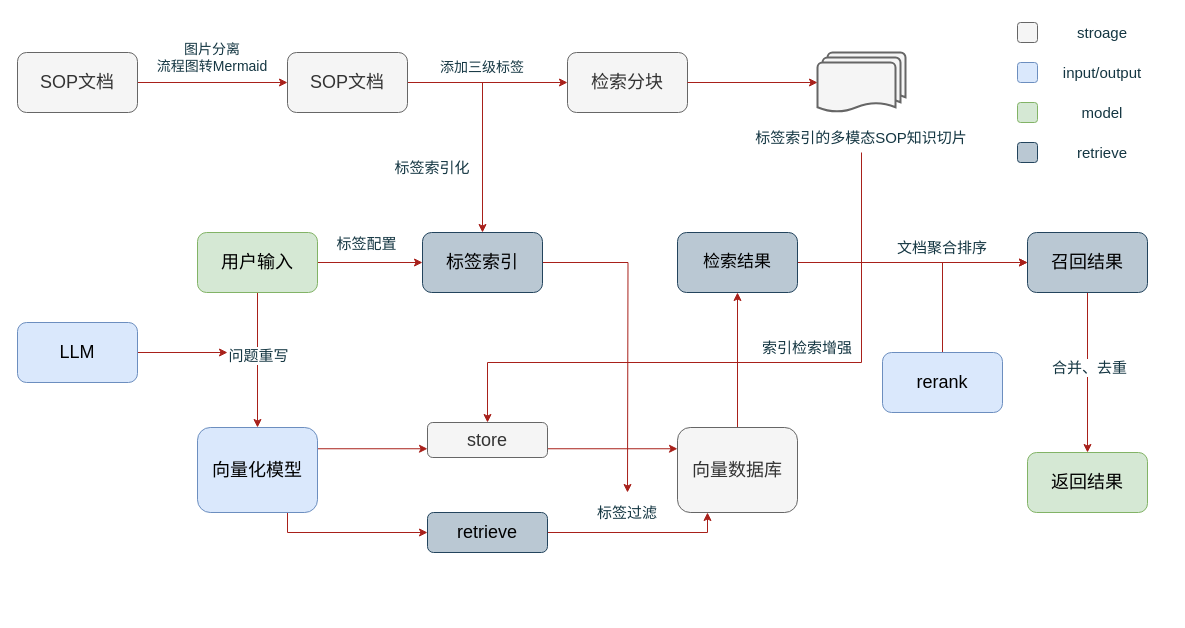
Above: 知识库流程.drawio in Kinokinou/GitShare (draw.io), before the change. Source tidied: cells renumbered, new cells numbered last; positions are measured from the earlier drawing's top-left corner, leaving out a move shared by most shapes. Both pictures are drawn from the tidied source at 100%, with x=0, y=0 at pixel (17, 17).
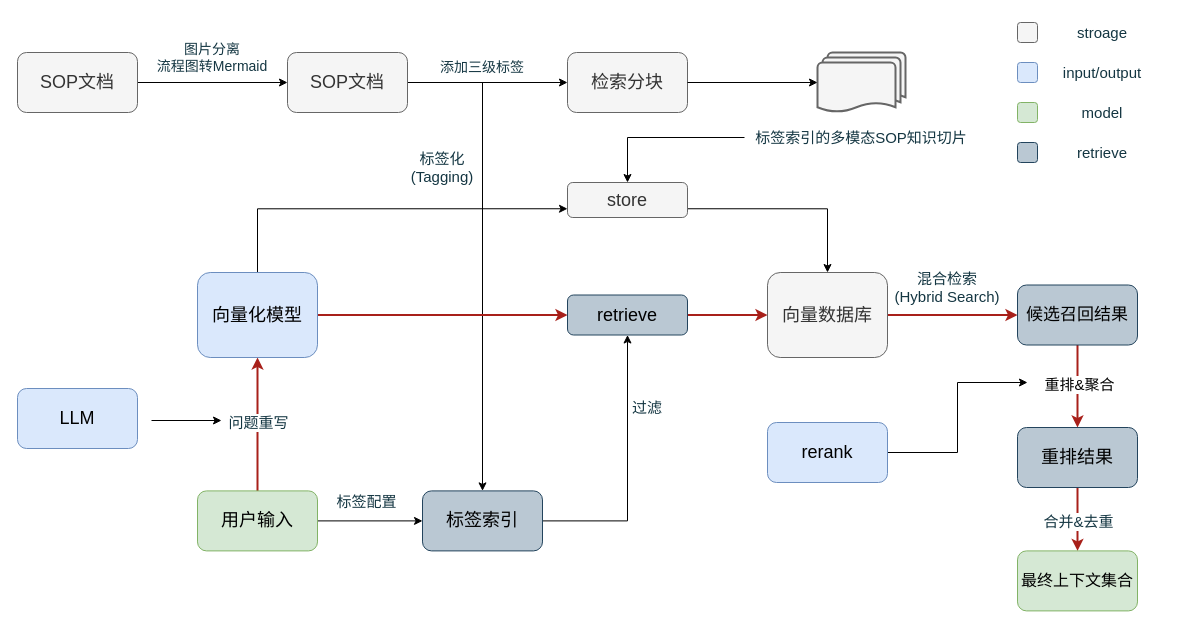
After the change.

Commit message:
更新知识库流程.drawio

Unchanged cells that the change refers to:
```xml
<mxCell id="3" value="SOP文档" style="rounded=1;whiteSpace=wrap;html=1;labelBackgroundColor=none;fillColor=#f5f5f5;strokeColor=#666666;fontSize=18;fontColor=#333333;" parent="1" vertex="1">
  <mxGeometry y="35" width="120" height="60" as="geometry" />
</mxCell>
<mxCell id="5" value="SOP文档" style="rounded=1;whiteSpace=wrap;html=1;labelBackgroundColor=none;fontSize=18;fillColor=#f5f5f5;strokeColor=#666666;fontColor=#333333;" parent="1" vertex="1">
  <mxGeometry x="270" y="35" width="120" height="60" as="geometry" />
</mxCell>
<mxCell id="7" value="检索分块" style="rounded=1;whiteSpace=wrap;html=1;fontSize=18;fillColor=#f5f5f5;strokeColor=#666666;fontColor=#333333;" parent="1" vertex="1">
  <mxGeometry x="550" y="35" width="120" height="60" as="geometry" />
</mxCell>
<mxCell id="9" value="添加三级标签" style="text;html=1;whiteSpace=wrap;strokeColor=none;fillColor=none;align=center;verticalAlign=middle;rounded=0;fontColor=#143642;fontSize=14;" parent="1" vertex="1">
  <mxGeometry x="400" y="35" width="130" height="30" as="geometry" />
</mxCell>
<mxCell id="22" style="strokeWidth=2;html=1;shape=mxgraph.flowchart.multi-document;whiteSpace=wrap;fillColor=#f5f5f5;strokeColor=#666666;fontColor=#333333;" parent="1" vertex="1">
  <mxGeometry x="800" y="35" width="88" height="60" as="geometry" />
</mxCell>
<mxCell id="25" value="标签索引的多模态SOP知识切片" style="text;html=1;whiteSpace=wrap;strokeColor=none;fillColor=none;align=center;verticalAlign=middle;rounded=0;fontColor=#143642;fontSize=15;" parent="1" vertex="1">
  <mxGeometry x="727" y="105" width="234" height="30" as="geometry" />
</mxCell>
```

The edit, as a diff of the source:
```diff
@@
-    <mxCell id="2" style="edgeStyle=orthogonalEdgeStyle;rounded=0;jettySize=auto;html=1;exitX=1;exitY=0.5;exitDx=0;exitDy=0;entryX=0;entryY=0.5;entryDx=0;entryDy=0;strokeColor=#A8201A;labelBackgroundColor=none;fontColor=default;" parent="1" edge="1" source="3" target="5">
+    <mxCell id="2" style="edgeStyle=orthogonalEdgeStyle;rounded=0;jettySize=auto;html=1;exitX=1;exitY=0.5;exitDx=0;exitDy=0;entryX=0;entryY=0.5;entryDx=0;entryDy=0;strokeColor=#000000;labelBackgroundColor=none;fontColor=default;" parent="1" edge="1" source="3" target="5">
       <mxGeometry relative="1" as="geometry" />
     </mxCell>
@@
-    <mxCell id="4" style="edgeStyle=orthogonalEdgeStyle;rounded=0;jettySize=auto;html=1;exitX=1;exitY=0.5;exitDx=0;exitDy=0;strokeColor=#A8201A;fontColor=#143642;fillColor=#FAE5C7;entryX=0;entryY=0.5;entryDx=0;entryDy=0;" parent="1" edge="1" source="5" target="7">
+    <mxCell id="4" style="edgeStyle=orthogonalEdgeStyle;rounded=0;jettySize=auto;html=1;exitX=1;exitY=0.5;exitDx=0;exitDy=0;strokeColor=#000000;fontColor=#143642;fillColor=#FAE5C7;entryX=0;entryY=0.5;entryDx=0;entryDy=0;" parent="1" edge="1" source="5" target="7">
       <mxGeometry relative="1" as="geometry" />
     </mxCell>
@@
-    <mxCell id="8" style="edgeStyle=orthogonalEdgeStyle;rounded=0;jettySize=auto;html=1;exitX=0.5;exitY=1;exitDx=0;exitDy=0;entryX=0.5;entryY=0;entryDx=0;entryDy=0;strokeColor=#A8201A;fontColor=#143642;fillColor=#FAE5C7;" parent="1" edge="1" source="9" target="19">
+    <mxCell id="8" style="edgeStyle=orthogonalEdgeStyle;rounded=0;jettySize=auto;html=1;exitX=0.5;exitY=1;exitDx=0;exitDy=0;entryX=0.5;entryY=0;entryDx=0;entryDy=0;strokeColor=#000000;fontColor=#143642;fillColor=#FAE5C7;" parent="1" edge="1" source="9" target="19">
       <mxGeometry relative="1" as="geometry" />
     </mxCell>
@@
-    <mxCell id="10" style="edgeStyle=orthogonalEdgeStyle;rounded=0;jettySize=auto;html=1;exitX=0.5;exitY=1;exitDx=0;exitDy=0;entryX=0.5;entryY=0;entryDx=0;entryDy=0;strokeColor=#A8201A;fontColor=#143642;fillColor=#FAE5C7;" parent="1" edge="1" source="14" target="17">
-      <mxGeometry relative="1" as="geometry" />
+    <mxCell id="10" style="edgeStyle=orthogonalEdgeStyle;rounded=0;jettySize=auto;html=1;exitX=0.5;exitY=0;exitDx=0;exitDy=0;entryX=0.5;entryY=1;entryDx=0;entryDy=0;strokeColor=#A8201A;fontColor=#143642;fillColor=#FAE5C7;strokeWidth=2;" parent="1" edge="1" source="14" target="17">
+      <mxGeometry relative="1" as="geometry">
+        <Array as="points">
+          <mxPoint x="240" y="495" />
+          <mxPoint x="240" y="495" />
+        </Array>
+      </mxGeometry>
     </mxCell>
     <mxCell id="11" value="问题重写" style="edgeLabel;html=1;align=center;verticalAlign=middle;strokeColor=#0F8B8D;fontColor=#143642;fillColor=#FAE5C7;fontSize=15;" parent="10" vertex="1">
-      <mxGeometry x="-0.08" relative="1" as="geometry" />
+      <mxGeometry x="-0.08" relative="1" as="geometry">
+        <mxPoint y="-31" as="offset" />
+      </mxGeometry>
     </mxCell>
-    <mxCell id="12" style="edgeStyle=orthogonalEdgeStyle;rounded=0;jettySize=auto;html=1;exitX=1;exitY=0.5;exitDx=0;exitDy=0;strokeColor=#A8201A;fontColor=#143642;fillColor=#FAE5C7;" parent="1" edge="1" source="14" target="19">
+    <mxCell id="12" style="edgeStyle=orthogonalEdgeStyle;rounded=0;jettySize=auto;html=1;exitX=1;exitY=0.5;exitDx=0;exitDy=0;strokeColor=#000000;fontColor=#143642;fillColor=#FAE5C7;" parent="1" edge="1" source="14" target="19">
       <mxGeometry relative="1" as="geometry" />
     </mxCell>
@@
-    <mxCell id="14" value="用户输入" style="rounded=1;whiteSpace=wrap;html=1;strokeColor=#82b366;fillColor=#d5e8d4;fontSize=18;" parent="1" vertex="1">
-      <mxGeometry x="180" y="215" width="120" height="60" as="geometry" />
+    <mxCell id="14" value="用户输入" style="rounded=1;whiteSpace=wrap;html=1;strokeColor=#82b366;fillColor=#d5e8d4;fontSize=18;strokeWidth=1;perimeterSpacing=0;" parent="1" vertex="1">
+      <mxGeometry x="180" y="473.4" width="120" height="60" as="geometry" />
     </mxCell>
-    <mxCell id="15" style="edgeStyle=orthogonalEdgeStyle;rounded=0;jettySize=auto;html=1;exitX=1;exitY=0.25;exitDx=0;exitDy=0;entryX=0;entryY=0.75;entryDx=0;entryDy=0;strokeColor=#A8201A;fontColor=#143642;fillColor=#FAE5C7;" parent="1" edge="1" source="17" target="27">
+    <mxCell id="15" style="edgeStyle=orthogonalEdgeStyle;rounded=0;jettySize=auto;html=1;exitX=0.5;exitY=0;exitDx=0;exitDy=0;entryX=0;entryY=0.75;entryDx=0;entryDy=0;strokeColor=#000000;fontColor=#143642;fillColor=#FAE5C7;" parent="1" edge="1" source="17" target="27">
       <mxGeometry relative="1" as="geometry" />
     </mxCell>
-    <mxCell id="16" style="edgeStyle=orthogonalEdgeStyle;rounded=0;jettySize=auto;html=1;exitX=0.75;exitY=1;exitDx=0;exitDy=0;entryX=0;entryY=0.5;entryDx=0;entryDy=0;strokeColor=#A8201A;fontColor=#143642;fillColor=#FAE5C7;" parent="1" edge="1" source="17" target="29">
+    <mxCell id="16" style="edgeStyle=orthogonalEdgeStyle;rounded=0;jettySize=auto;html=1;exitX=1;exitY=0.5;exitDx=0;exitDy=0;entryX=0;entryY=0.5;entryDx=0;entryDy=0;strokeWidth=2;strokeColor=#A8201A;" parent="1" edge="1" source="17" target="29">
       <mxGeometry relative="1" as="geometry" />
     </mxCell>
-    <mxCell id="17" value="向量化模型" style="rounded=1;whiteSpace=wrap;html=1;strokeColor=#6c8ebf;fillColor=#dae8fc;fontSize=18;" parent="1" vertex="1">
-      <mxGeometry x="180" y="410" width="120" height="85" as="geometry" />
+    <mxCell id="17" value="向量化模型" style="rounded=1;whiteSpace=wrap;html=1;strokeColor=#6c8ebf;fillColor=#dae8fc;fontSize=18;strokeWidth=1;perimeterSpacing=0;" parent="1" vertex="1">
+      <mxGeometry x="180" y="255" width="120" height="85" as="geometry" />
     </mxCell>
-    <mxCell id="18" style="edgeStyle=orthogonalEdgeStyle;rounded=0;jettySize=auto;html=1;exitX=1;exitY=0.5;exitDx=0;exitDy=0;strokeColor=#A8201A;fontColor=#143642;fillColor=#FAE5C7;" parent="1" edge="1" source="19">
+    <mxCell id="18" style="edgeStyle=orthogonalEdgeStyle;rounded=0;jettySize=auto;html=1;exitX=1;exitY=0.5;exitDx=0;exitDy=0;strokeColor=#000000;fontColor=#143642;fillColor=#FAE5C7;entryX=0.5;entryY=1;entryDx=0;entryDy=0;" parent="1" edge="1" source="19" target="29">
       <mxGeometry relative="1" as="geometry">
-        <mxPoint x="610" y="475" as="targetPoint" />
+        <Array as="points">
+          <mxPoint x="610" y="503" />
+        </Array>
       </mxGeometry>
     </mxCell>
     <mxCell id="19" value="标签索引" style="rounded=1;whiteSpace=wrap;html=1;fontSize=18;fillColor=#bac8d3;strokeColor=#23445d;" parent="1" vertex="1">
-      <mxGeometry x="405" y="215" width="120" height="60" as="geometry" />
+      <mxGeometry x="405" y="473.4" width="120" height="60" as="geometry" />
     </mxCell>
-    <mxCell id="20" style="edgeStyle=orthogonalEdgeStyle;rounded=0;orthogonalLoop=1;jettySize=auto;html=1;exitX=1;exitY=0.5;exitDx=0;exitDy=0;strokeColor=#A8201A;fontColor=#143642;fillColor=#FAE5C7;" parent="1" edge="1">
+    <mxCell id="20" style="edgeStyle=orthogonalEdgeStyle;rounded=0;orthogonalLoop=1;jettySize=auto;html=1;strokeColor=#000000;fontColor=#143642;fillColor=#FAE5C7;" parent="1" edge="1">
       <mxGeometry relative="1" as="geometry">
-        <mxPoint x="120" y="335" as="sourcePoint" />
-        <mxPoint x="210" y="335" as="targetPoint" />
+        <mxPoint x="134" y="403" as="sourcePoint" />
+        <mxPoint x="204" y="403" as="targetPoint" />
       </mxGeometry>
     </mxCell>
     <mxCell id="21" value="LLM" style="rounded=1;whiteSpace=wrap;html=1;strokeColor=#6c8ebf;fillColor=#dae8fc;fontSize=18;" parent="1" vertex="1">
-      <mxGeometry y="305" width="120" height="60" as="geometry" />
+      <mxGeometry y="371" width="120" height="60" as="geometry" />
     </mxCell>
@@
-    <mxCell id="23" style="edgeStyle=orthogonalEdgeStyle;rounded=0;jettySize=auto;html=1;exitX=1;exitY=0.5;exitDx=0;exitDy=0;entryX=0;entryY=0.5;entryDx=0;entryDy=0;entryPerimeter=0;strokeColor=#A8201A;fontColor=#143642;fillColor=#FAE5C7;" parent="1" edge="1" source="7" target="22">
+    <mxCell id="23" style="edgeStyle=orthogonalEdgeStyle;rounded=0;jettySize=auto;html=1;exitX=1;exitY=0.5;exitDx=0;exitDy=0;entryX=0;entryY=0.5;entryDx=0;entryDy=0;entryPerimeter=0;strokeColor=#000000;fontColor=#143642;fillColor=#FAE5C7;" parent="1" edge="1" source="7" target="22">
       <mxGeometry relative="1" as="geometry" />
     </mxCell>
-    <mxCell id="24" style="edgeStyle=orthogonalEdgeStyle;rounded=0;jettySize=auto;html=1;entryX=0.5;entryY=0;entryDx=0;entryDy=0;strokeColor=#A8201A;fontColor=#143642;fillColor=#FAE5C7;" parent="1" edge="1" source="25" target="27">
+    <mxCell id="24" style="edgeStyle=orthogonalEdgeStyle;rounded=0;jettySize=auto;html=1;exitX=0;exitY=0.5;exitDx=0;exitDy=0;entryX=0.5;entryY=0;entryDx=0;entryDy=0;strokeColor=#000000;" parent="1" edge="1" source="25" target="27">
       <mxGeometry relative="1" as="geometry">
         <Array as="points">
-          <mxPoint x="844" y="345" />
-          <mxPoint x="470" y="345" />
+          <mxPoint x="610" y="120" />
         </Array>
       </mxGeometry>
     </mxCell>
@@
-    <mxCell id="26" style="edgeStyle=orthogonalEdgeStyle;rounded=0;jettySize=auto;html=1;exitX=1;exitY=0.75;exitDx=0;exitDy=0;entryX=0;entryY=0.25;entryDx=0;entryDy=0;strokeColor=#A8201A;fontColor=#143642;fillColor=#FAE5C7;" parent="1" edge="1" source="27" target="31">
+    <mxCell id="26" style="edgeStyle=orthogonalEdgeStyle;rounded=0;jettySize=auto;html=1;exitX=1;exitY=0.75;exitDx=0;exitDy=0;entryX=0.5;entryY=0;entryDx=0;entryDy=0;strokeColor=#000000;fontColor=#143642;fillColor=#FAE5C7;" parent="1" edge="1" source="27" target="31">
       <mxGeometry relative="1" as="geometry" />
     </mxCell>
     <mxCell id="27" value="store" style="rounded=1;whiteSpace=wrap;html=1;fontSize=18;fillColor=#f5f5f5;fontColor=#333333;strokeColor=#666666;" parent="1" vertex="1">
-      <mxGeometry x="410" y="405" width="120" height="35" as="geometry" />
+      <mxGeometry x="550" y="165" width="120" height="35" as="geometry" />
     </mxCell>
-    <mxCell id="28" style="edgeStyle=orthogonalEdgeStyle;rounded=0;jettySize=auto;html=1;exitX=1;exitY=0.5;exitDx=0;exitDy=0;entryX=0.25;entryY=1;entryDx=0;entryDy=0;strokeColor=#A8201A;fontColor=#143642;fillColor=#FAE5C7;" parent="1" edge="1" source="29" target="31">
+    <mxCell id="28" style="edgeStyle=orthogonalEdgeStyle;rounded=0;jettySize=auto;html=1;exitX=1;exitY=0.5;exitDx=0;exitDy=0;entryX=0;entryY=0.5;entryDx=0;entryDy=0;strokeColor=#A8201A;fontColor=#143642;fillColor=#FAE5C7;strokeWidth=2;" parent="1" edge="1" source="29" target="31">
       <mxGeometry relative="1" as="geometry" />
     </mxCell>
-    <mxCell id="29" value="retrieve" style="rounded=1;whiteSpace=wrap;html=1;strokeColor=#23445d;fillColor=#bac8d3;fontSize=18;" parent="1" vertex="1">
-      <mxGeometry x="410" y="495" width="120" height="40" as="geometry" />
+    <mxCell id="29" value="retrieve" style="rounded=1;whiteSpace=wrap;html=1;strokeColor=#23445d;fillColor=#bac8d3;fontSize=18;strokeWidth=1;perimeterSpacing=0;" parent="1" vertex="1">
+      <mxGeometry x="550" y="277.5" width="120" height="40" as="geometry" />
     </mxCell>
-    <mxCell id="30" style="edgeStyle=orthogonalEdgeStyle;rounded=0;jettySize=auto;html=1;exitX=0.5;exitY=0;exitDx=0;exitDy=0;entryX=0.5;entryY=1;entryDx=0;entryDy=0;strokeColor=#A8201A;fontColor=#143642;fillColor=#FAE5C7;" parent="1" edge="1" source="31" target="33">
-      <mxGeometry relative="1" as="geometry" />
+    <mxCell id="30" style="edgeStyle=orthogonalEdgeStyle;rounded=0;jettySize=auto;html=1;exitX=1;exitY=0.5;exitDx=0;exitDy=0;entryX=0;entryY=0.5;entryDx=0;entryDy=0;strokeColor=#A8201A;fontColor=#143642;fillColor=#FAE5C7;strokeWidth=2;" parent="1" edge="1" source="31" target="33">
+      <mxGeometry relative="1" as="geometry">
+        <Array as="points">
+          <mxPoint x="930" y="297" />
+          <mxPoint x="930" y="297" />
+        </Array>
+      </mxGeometry>
     </mxCell>
-    <mxCell id="31" value="向量数据库" style="rounded=1;whiteSpace=wrap;html=1;fontSize=18;fillColor=#f5f5f5;fontColor=#333333;strokeColor=#666666;" parent="1" vertex="1">
-      <mxGeometry x="660" y="410" width="120" height="85" as="geometry" />
+    <mxCell id="31" value="向量数据库" style="rounded=1;whiteSpace=wrap;html=1;fontSize=18;fillColor=#f5f5f5;fontColor=#333333;strokeColor=#666666;strokeWidth=1;perimeterSpacing=0;" parent="1" vertex="1">
+      <mxGeometry x="750" y="255" width="120" height="85" as="geometry" />
     </mxCell>
-    <mxCell id="32" style="edgeStyle=orthogonalEdgeStyle;rounded=0;jettySize=auto;html=1;exitX=1;exitY=0.5;exitDx=0;exitDy=0;strokeColor=#A8201A;fontColor=#143642;fillColor=#FAE5C7;entryX=0;entryY=0.5;entryDx=0;entryDy=0;" parent="1" edge="1" source="33" target="39">
+    <mxCell id="32" style="edgeStyle=orthogonalEdgeStyle;rounded=0;jettySize=auto;html=1;exitX=0.5;exitY=1;exitDx=0;exitDy=0;entryX=0.5;entryY=0;entryDx=0;entryDy=0;strokeWidth=2;strokeColor=#A8201A;" parent="1" edge="1" source="33" target="39">
       <mxGeometry relative="1" as="geometry" />
     </mxCell>
+    <mxCell id="52" style="edgeLabel;html=1;align=center;verticalAlign=middle;" parent="32" vertex="1">
+      <mxGeometry x="0.02" relative="1" as="geometry">
+        <mxPoint y="-1" as="offset" />
+      </mxGeometry>
+    </mxCell>
+    <mxCell id="53" style="edgeLabel;html=1;align=center;verticalAlign=middle;" parent="32" vertex="1">
+      <mxGeometry x="-0.18" relative="1" as="geometry">
+        <mxPoint y="-1" as="offset" />
+      </mxGeometry>
+    </mxCell>
+    <mxCell id="54" value="重排&amp;amp;聚合" style="edgeLabel;html=1;align=center;verticalAlign=middle;fontSize=15;" parent="32" vertex="1">
+      <mxGeometry x="-0.02" y="1" relative="1" as="geometry">
+        <mxPoint y="-1" as="offset" />
+      </mxGeometry>
+    </mxCell>
-    <mxCell id="33" value="检索结果" style="rounded=1;whiteSpace=wrap;html=1;strokeColor=#23445d;fillColor=#bac8d3;fontSize=17;" parent="1" vertex="1">
-      <mxGeometry x="660" y="215" width="120" height="60" as="geometry" />
+    <mxCell id="33" value="候选召回结果" style="rounded=1;whiteSpace=wrap;html=1;strokeColor=#23445d;fillColor=#bac8d3;fontSize=17;strokeWidth=1;perimeterSpacing=0;" parent="1" vertex="1">
+      <mxGeometry x="1000" y="267.5" width="120" height="60" as="geometry" />
     </mxCell>
-    <mxCell id="34" value="标签过滤" style="text;html=1;whiteSpace=wrap;strokeColor=none;fillColor=none;align=center;verticalAlign=middle;rounded=0;fontColor=#143642;fontSize=15;" parent="1" vertex="1">
-      <mxGeometry x="570" y="480" width="80" height="30" as="geometry" />
+    <mxCell id="34" value="过滤" style="text;html=1;whiteSpace=wrap;strokeColor=none;fillColor=none;align=center;verticalAlign=middle;rounded=0;fontColor=#143642;fontSize=15;" parent="1" vertex="1">
+      <mxGeometry x="590" y="375" width="80" height="30" as="geometry" />
     </mxCell>
-    <mxCell id="35" style="edgeStyle=orthogonalEdgeStyle;rounded=0;jettySize=auto;html=1;exitX=0.5;exitY=0;exitDx=0;exitDy=0;strokeColor=#A8201A;fontColor=#143642;fillColor=#FAE5C7;entryX=0;entryY=0.5;entryDx=0;entryDy=0;" parent="1" edge="1" source="36" target="39">
-      <mxGeometry relative="1" as="geometry" />
+    <mxCell id="35" style="edgeStyle=orthogonalEdgeStyle;rounded=0;jettySize=auto;html=1;exitX=1;exitY=0.5;exitDx=0;exitDy=0;strokeColor=#000000;fontColor=#143642;fillColor=#FAE5C7;" parent="1" edge="1" source="36">
+      <mxGeometry relative="1" as="geometry">
+        <mxPoint x="1010" y="365" as="targetPoint" />
+        <Array as="points">
+          <mxPoint x="940" y="435" />
+          <mxPoint x="940" y="365" />
+        </Array>
+      </mxGeometry>
     </mxCell>
     <mxCell id="36" value="rerank" style="rounded=1;whiteSpace=wrap;html=1;strokeColor=#6c8ebf;fillColor=#dae8fc;fontSize=18;" parent="1" vertex="1">
-      <mxGeometry x="865" y="335" width="120" height="60" as="geometry" />
+      <mxGeometry x="750" y="405" width="120" height="60" as="geometry" />
     </mxCell>
-    <mxCell id="37" style="edgeStyle=orthogonalEdgeStyle;rounded=0;jettySize=auto;html=1;exitX=0.5;exitY=1;exitDx=0;exitDy=0;entryX=0.5;entryY=0;entryDx=0;entryDy=0;strokeColor=#A8201A;fontColor=#143642;fillColor=#FAE5C7;" parent="1" edge="1" source="39" target="42">
+    <mxCell id="37" style="edgeStyle=orthogonalEdgeStyle;rounded=0;jettySize=auto;html=1;exitX=0.5;exitY=1;exitDx=0;exitDy=0;entryX=0.5;entryY=0;entryDx=0;entryDy=0;strokeColor=#A8201A;fontColor=#143642;fillColor=#FAE5C7;strokeWidth=2;" parent="1" edge="1" source="39" target="42">
       <mxGeometry relative="1" as="geometry" />
     </mxCell>
-    <mxCell id="38" value="合并、去重" style="edgeLabel;html=1;align=center;verticalAlign=middle;strokeColor=#0F8B8D;fontColor=#143642;fillColor=#FAE5C7;fontSize=15;" parent="37" vertex="1">
-      <mxGeometry x="-0.07" y="1" relative="1" as="geometry" />
+    <mxCell id="38" value="合并&amp;amp;去重" style="edgeLabel;html=1;align=center;verticalAlign=middle;strokeColor=#0F8B8D;fontColor=#143642;fillColor=#FAE5C7;fontSize=15;" parent="37" vertex="1">
+      <mxGeometry x="-0.07" y="1" relative="1" as="geometry">
+        <mxPoint x="-1" y="4" as="offset" />
+      </mxGeometry>
     </mxCell>
-    <mxCell id="39" value="召回结果" style="rounded=1;whiteSpace=wrap;html=1;strokeColor=#23445d;fillColor=#bac8d3;fontSize=18;" parent="1" vertex="1">
-      <mxGeometry x="1010" y="215" width="120" height="60" as="geometry" />
+    <mxCell id="39" value="重排结果" style="rounded=1;whiteSpace=wrap;html=1;strokeColor=#23445d;fillColor=#bac8d3;fontSize=18;strokeWidth=1;" parent="1" vertex="1">
+      <mxGeometry x="1000" y="410" width="120" height="60" as="geometry" />
     </mxCell>
-    <mxCell id="40" value="索引检索增强" style="text;html=1;whiteSpace=wrap;strokeColor=none;fillColor=none;align=center;verticalAlign=middle;rounded=0;fontColor=#143642;fontSize=15;" parent="1" vertex="1">
-      <mxGeometry x="740" y="315" width="100" height="30" as="geometry" />
+    <mxCell id="40" value="混合检索&lt;div&gt;(Hybrid Search)&lt;/div&gt;" style="text;html=1;whiteSpace=wrap;strokeColor=none;fillColor=none;align=center;verticalAlign=middle;rounded=0;fontColor=#143642;fontSize=15;" parent="1" vertex="1">
+      <mxGeometry x="860" y="255" width="140" height="30" as="geometry" />
     </mxCell>
-    <mxCell id="41" value="文档聚合排序" style="text;html=1;whiteSpace=wrap;strokeColor=none;fillColor=none;align=center;verticalAlign=middle;rounded=0;fontColor=#143642;fontSize=15;" parent="1" vertex="1">
-      <mxGeometry x="850" y="215" width="150" height="30" as="geometry" />
-    </mxCell>
-    <mxCell id="42" value="返回结果" style="rounded=1;whiteSpace=wrap;html=1;strokeColor=#82b366;fillColor=#d5e8d4;fontSize=18;" parent="1" vertex="1">
-      <mxGeometry x="1010" y="435" width="120" height="60" as="geometry" />
+    <mxCell id="42" value="最终上下文集合" style="rounded=1;whiteSpace=wrap;html=1;strokeColor=#82b366;fillColor=#d5e8d4;fontSize=16;strokeWidth=1;" parent="1" vertex="1">
+      <mxGeometry x="1000" y="533.4" width="120" height="60" as="geometry" />
     </mxCell>
-    <mxCell id="43" value="标签索引化" style="text;html=1;whiteSpace=wrap;strokeColor=none;fillColor=none;align=center;verticalAlign=middle;rounded=0;fontColor=#143642;fontSize=15;" parent="1" vertex="1">
-      <mxGeometry x="350" y="135" width="130" height="30" as="geometry" />
+    <mxCell id="43" value="标签化&lt;div&gt;(Tagging)&lt;/div&gt;" style="text;html=1;whiteSpace=wrap;strokeColor=none;fillColor=none;align=center;verticalAlign=middle;rounded=0;fontColor=#143642;fontSize=15;" parent="1" vertex="1">
+      <mxGeometry x="360" y="135" width="130" height="30" as="geometry" />
     </mxCell>
```
